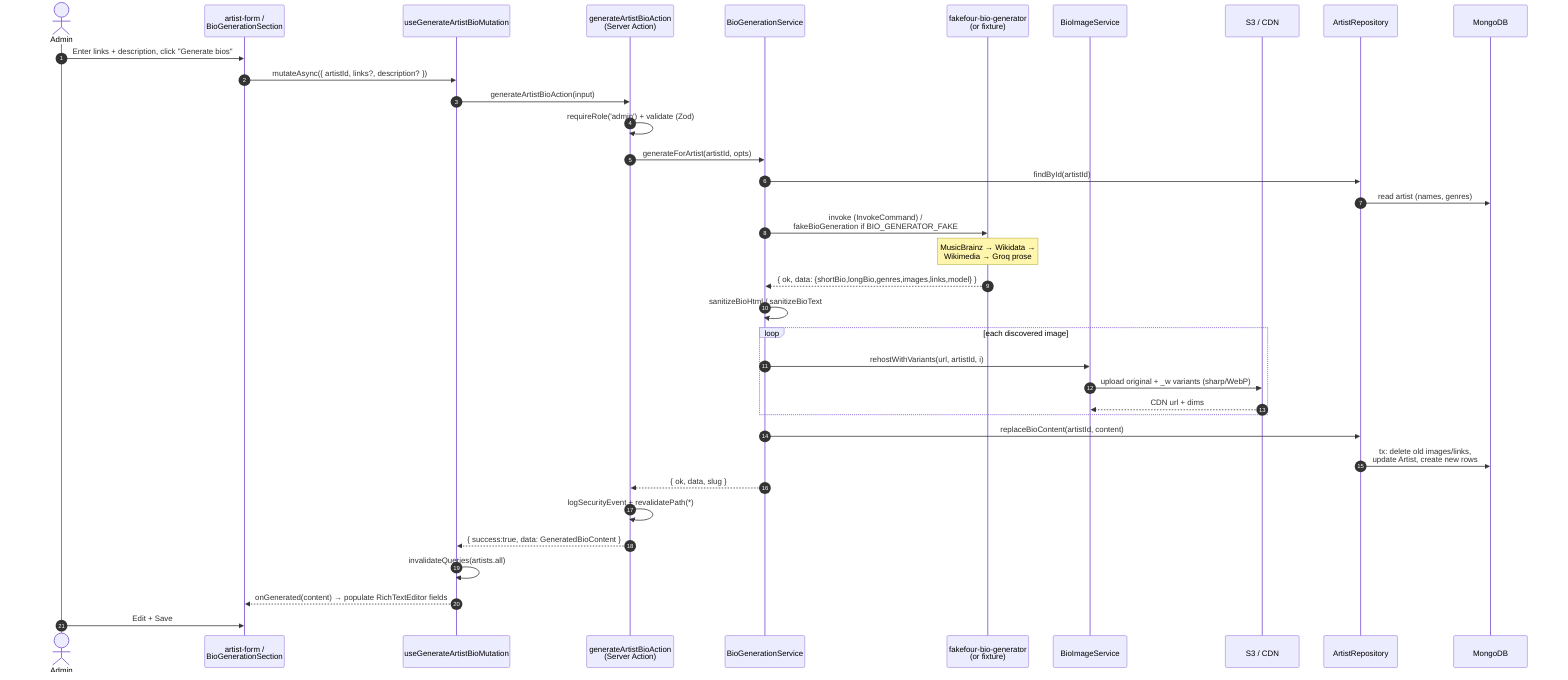
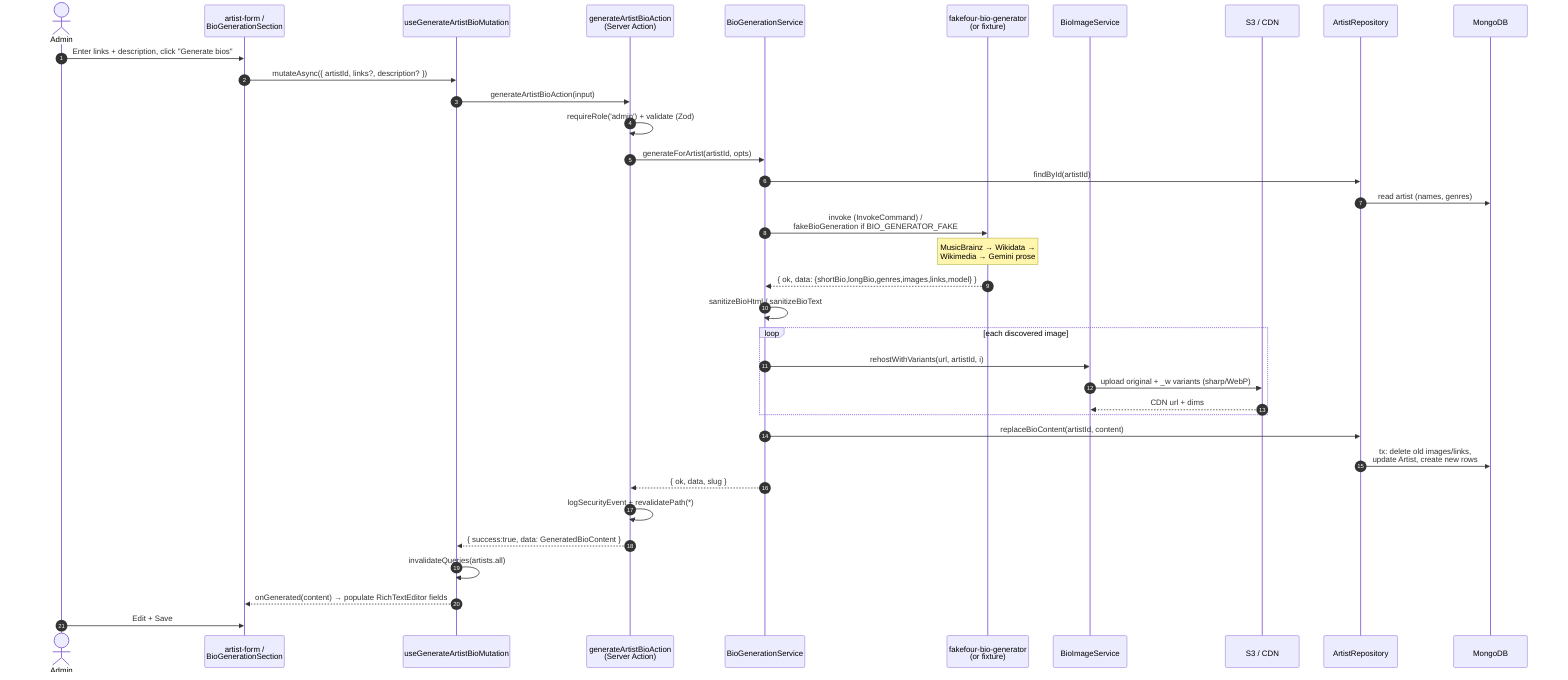
sequenceDiagram
    autonumber
    actor Admin
    participant Form as artist-form /<br/>BioGenerationSection
    participant Hook as useGenerateArtistBioMutation
    participant Action as generateArtistBioAction<br/>(Server Action)
    participant Svc as BioGenerationService
    participant Lambda as fakefour-bio-generator<br/>(or fixture)
    participant Img as BioImageService
    participant S3 as S3 / CDN
    participant Repo as ArtistRepository
    participant DB as MongoDB

    Admin->>Form: Enter links + description, click "Generate bios"
    Form->>Hook: mutateAsync({ artistId, links?, description? })
    Hook->>Action: generateArtistBioAction(input)
    Action->>Action: requireRole('admin') + validate (Zod)
    Action->>Svc: generateForArtist(artistId, opts)
    Svc->>Repo: findById(artistId)
    Repo->>DB: read artist (names, genres)
    Svc->>Lambda: invoke (InvokeCommand) /<br/>fakeBioGeneration if BIO_GENERATOR_FAKE
-     Note over Lambda: MusicBrainz → Wikidata →<br/>Wikimedia → Groq prose
+     Note over Lambda: MusicBrainz → Wikidata →<br/>Wikimedia → Gemini prose
    Lambda-->>Svc: { ok, data: {shortBio,longBio,genres,images,links,model} }
    Svc->>Svc: sanitizeBioHtml / sanitizeBioText
    loop each discovered image
        Svc->>Img: rehostWithVariants(url, artistId, i)
        Img->>S3: upload original + _w variants (sharp/WebP)
        S3-->>Img: CDN url + dims
    end
    Svc->>Repo: replaceBioContent(artistId, content)
    Repo->>DB: tx: delete old images/links,<br/>update Artist, create new rows
    Svc-->>Action: { ok, data, slug }
    Action->>Action: logSecurityEvent + revalidatePath(*)
    Action-->>Hook: { success:true, data: GeneratedBioContent }
    Hook->>Hook: invalidateQueries(artists.all)
    Hook-->>Form: onGenerated(content) → populate RichTextEditor fields
    Admin->>Form: Edit + Save
